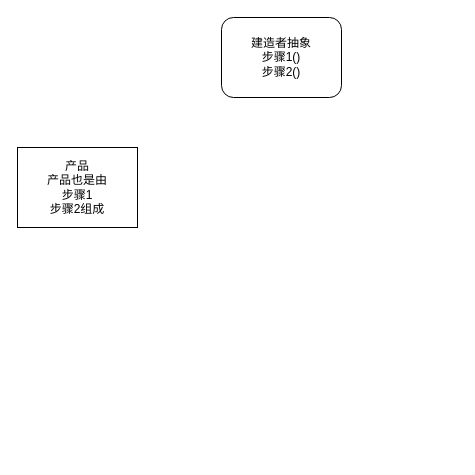
BIgConfused/draw_img keeps this draw.io diagram as GOF23/建造者设计模式.drawio. Above is the earlier version. Source tidied: cells renumbered, new cells numbered last; positions are measured from the earlier drawing's top-left corner, leaving out a move shared by most shapes. Both pictures are drawn from the tidied source at 100%, with x=0, y=0 at pixel (17, 17).
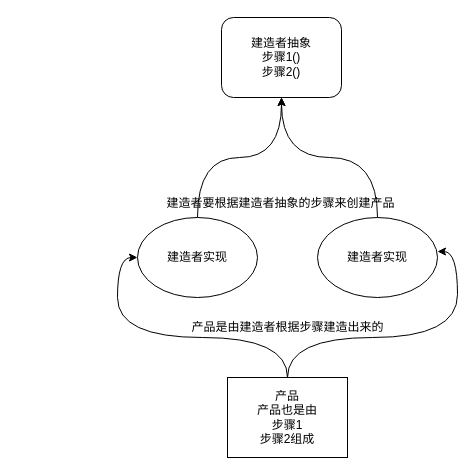
After the change.

Commit message (it also covers changes not shown here):
更新建造者设计模式.drawio

What changed in the source:
```diff
@@
 <mxGraphModel>
   <root>
     <mxCell id="0" />
     <mxCell id="1" parent="0" />
     <mxCell id="2" value="建造者抽象&lt;br&gt;步骤1()&lt;br&gt;步骤2()" style="rounded=1;whiteSpace=wrap;html=1;" parent="1" vertex="1">
       <mxGeometry x="204" width="120" height="80" as="geometry" />
     </mxCell>
+    <mxCell id="4" style="edgeStyle=orthogonalEdgeStyle;curved=1;rounded=0;jettySize=auto;html=1;entryX=0;entryY=0.5;entryDx=0;entryDy=0;" parent="1" edge="1" source="3" target="7">
+      <mxGeometry relative="1" as="geometry" />
+    </mxCell>
+    <mxCell id="5" style="edgeStyle=orthogonalEdgeStyle;curved=1;rounded=0;jettySize=auto;html=1;entryX=1;entryY=0.425;entryDx=0;entryDy=0;entryPerimeter=0;" parent="1" edge="1" source="3" target="9">
+      <mxGeometry relative="1" as="geometry" />
+    </mxCell>
     <mxCell id="3" value="产品&lt;br&gt;产品也是由&lt;br&gt;步骤1&lt;br&gt;步骤2组成" style="rounded=0;whiteSpace=wrap;html=1;" parent="1" vertex="1">
-      <mxGeometry y="130" width="120" height="80" as="geometry" />
+      <mxGeometry x="210" y="360" width="120" height="80" as="geometry" />
     </mxCell>
+    <mxCell id="6" style="edgeStyle=orthogonalEdgeStyle;curved=1;rounded=0;jettySize=auto;html=1;entryX=0.5;entryY=1;entryDx=0;entryDy=0;" parent="1" edge="1" source="7" target="2">
+      <mxGeometry relative="1" as="geometry" />
+    </mxCell>
+    <mxCell id="7" value="建造者实现" style="ellipse;whiteSpace=wrap;html=1;" parent="1" vertex="1">
+      <mxGeometry x="120" y="200" width="120" height="80" as="geometry" />
+    </mxCell>
+    <mxCell id="8" style="edgeStyle=orthogonalEdgeStyle;curved=1;rounded=0;jettySize=auto;html=1;entryX=0.5;entryY=1;entryDx=0;entryDy=0;" parent="1" edge="1" source="9" target="2">
+      <mxGeometry relative="1" as="geometry" />
+    </mxCell>
+    <mxCell id="9" value="建造者实现" style="ellipse;whiteSpace=wrap;html=1;" parent="1" vertex="1">
+      <mxGeometry x="300" y="200" width="120" height="80" as="geometry" />
+    </mxCell>
+    <mxCell id="10" value="建造者要根据建造者抽象的步骤来创建产品" style="text;html=1;align=center;verticalAlign=middle;" parent="1" vertex="1">
+      <mxGeometry x="143" y="176" width="240" height="20" as="geometry" />
+    </mxCell>
+    <mxCell id="11" value="产品是由建造者根据步骤建造出来的" style="text;html=1;align=center;verticalAlign=middle;" parent="1" vertex="1">
+      <mxGeometry x="165" y="300" width="210" height="20" as="geometry" />
+    </mxCell>
   </root>
 </mxGraphModel>
```
